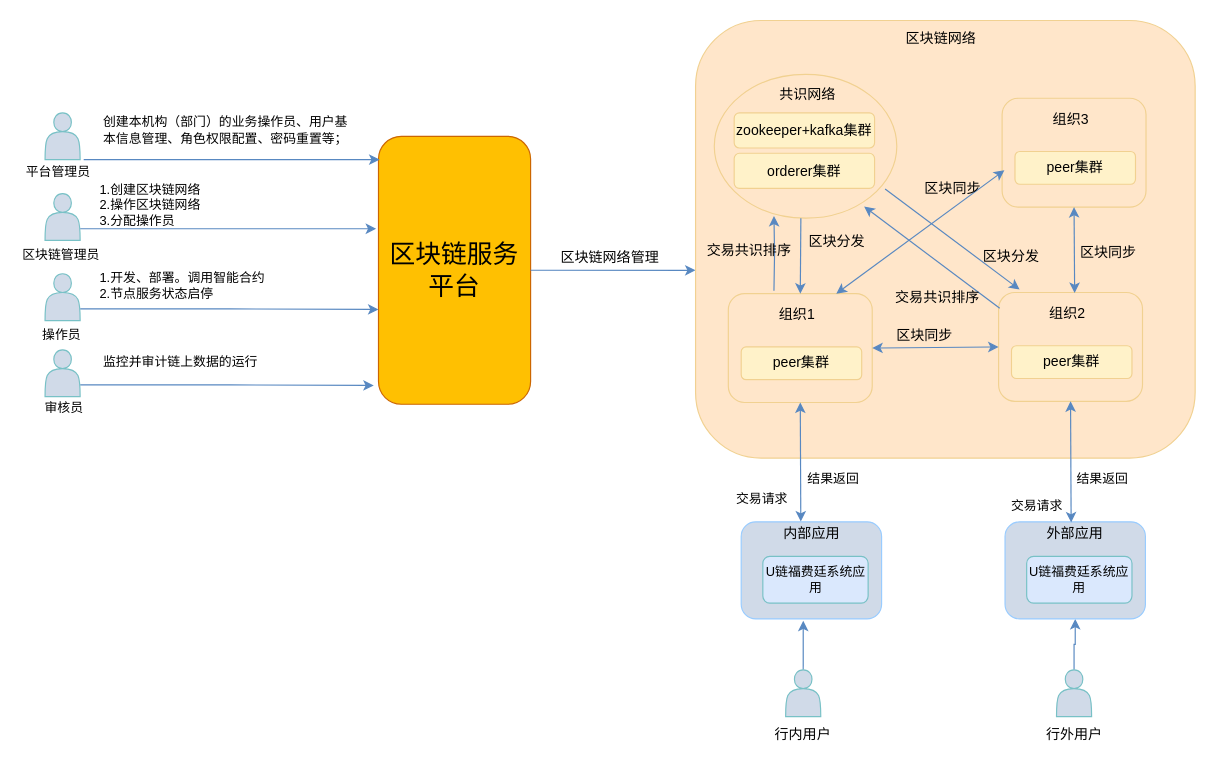
The draw.io diagram repository/drawio/postb/系统上下文.drawio in dilide/collections, before the edit. Source tidied: cells renumbered, new cells numbered last; positions are measured from the earlier drawing's top-left corner, leaving out a move shared by most shapes. Both pictures are drawn from the tidied source at 117%, with x=0, y=0 at pixel (20, 20).
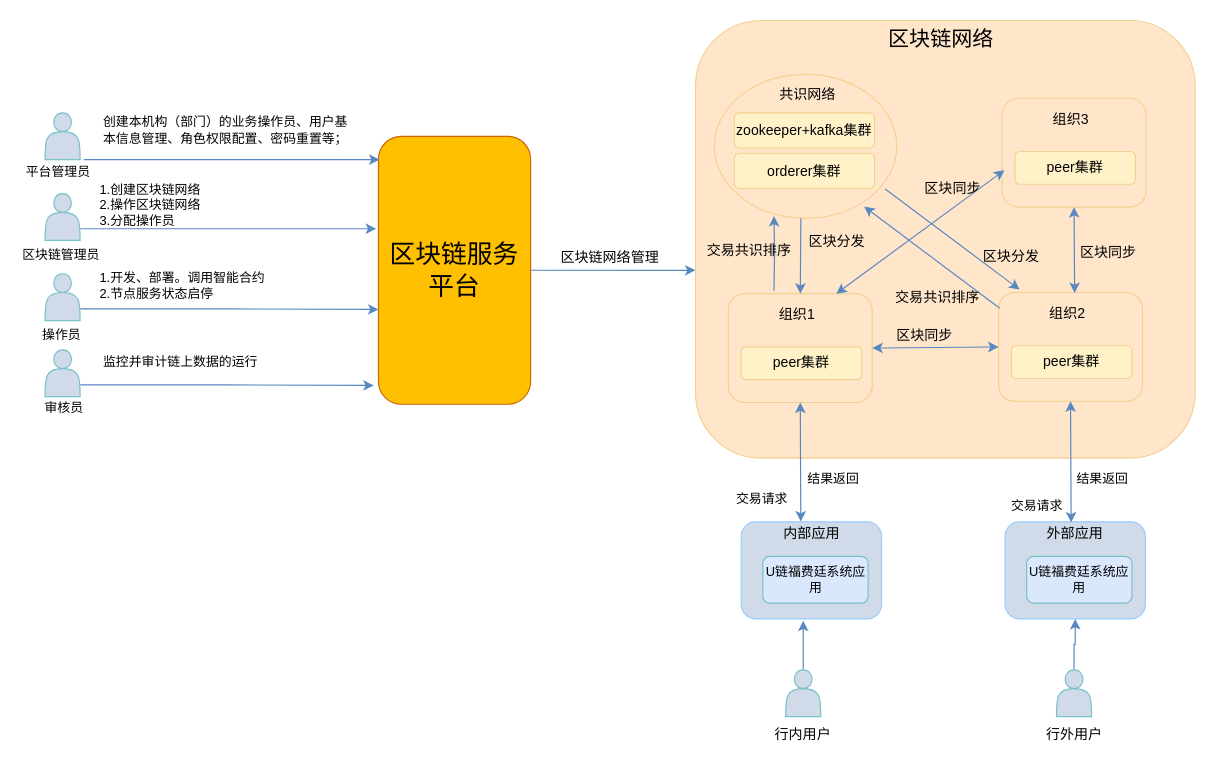
After the change.

Commit message (it also covers changes not shown here):
Update 系统上下文.drawio

Diff of the diagram source:
```diff
@@
-    <mxCell id="29" value="区块链网络" style="rounded=0;whiteSpace=wrap;html=1;fillColor=none;fontSize=12;align=center;strokeColor=none;" parent="1" vertex="1">
+    <mxCell id="29" value="区块链网络" style="rounded=0;whiteSpace=wrap;html=1;fillColor=none;fontSize=18;align=center;strokeColor=none;" parent="1" vertex="1">
       <mxGeometry x="727" y="1" width="120" height="30" as="geometry" />
     </mxCell>
```
